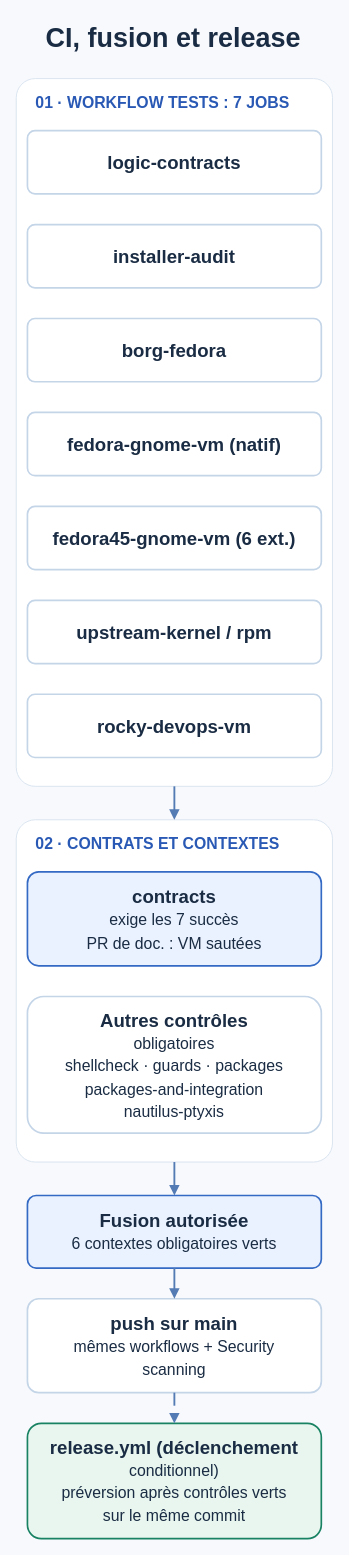
Before: docs/assets/diagrams/ci-fusion-release-mobile.drawio in mathiasseguincadiche/FEDORA_GNOME_CUSTOM, a draw.io diagram. Source tidied: cells renumbered, new cells numbered last; positions are measured from the earlier drawing's top-left corner, leaving out a move shared by most shapes. Both pictures are drawn from the tidied source at 93%, with x=0, y=0 at pixel (16, 16).
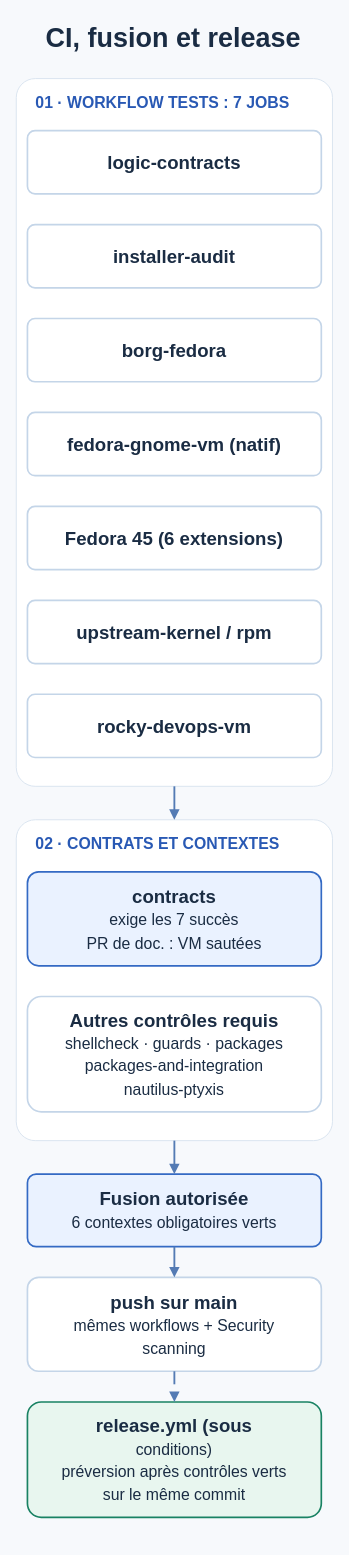
Above is the later version.

The change refers to these unchanged cells:
```xml
<mxCell id="3" value="01 · WORKFLOW TESTS : 7 JOBS" style="rounded=1;arcSize=6;whiteSpace=wrap;html=1;fillColor=#FFFFFF;strokeColor=#D9E3EF;fontColor=#2959B4;fontStyle=1;fontSize=17;fontFamily=Arial;verticalAlign=top;align=left;spacingLeft=19;spacingTop=10;" parent="1" vertex="1">
  <mxGeometry y="67" width="340" height="761" as="geometry" />
</mxCell>
```

The edit, as a diff of the source:
```diff
@@
     <mxCell id="4" value="02 · CONTRATS ET CONTEXTES" style="rounded=1;arcSize=6;whiteSpace=wrap;html=1;fillColor=#FFFFFF;strokeColor=#D9E3EF;fontColor=#2959B4;fontStyle=1;fontSize=17;fontFamily=Arial;verticalAlign=top;align=left;spacingLeft=19;spacingTop=10;" parent="1" vertex="1">
-      <mxGeometry y="864" width="340" height="368" as="geometry" />
+      <mxGeometry y="864" width="340" height="345" as="geometry" />
     </mxCell>
@@
-    <mxCell id="9" value="&lt;b&gt;fedora45-gnome-vm (6 ext.)&lt;/b&gt;" style="rounded=1;arcSize=12;whiteSpace=wrap;html=1;fillColor=#FFFFFF;strokeColor=#C4D5E8;strokeWidth=1.8;fontColor=#1A2C43;fontSize=20;fontFamily=Arial;" parent="1" vertex="1">
+    <mxCell id="9" value="&lt;b&gt;Fedora 45 (6 extensions)&lt;/b&gt;" style="rounded=1;arcSize=12;whiteSpace=wrap;html=1;fillColor=#FFFFFF;strokeColor=#C4D5E8;strokeWidth=1.8;fontColor=#1A2C43;fontSize=20;fontFamily=Arial;" parent="1" vertex="1">
       <mxGeometry x="12" y="527" width="316" height="68" as="geometry" />
     </mxCell>
@@
-    <mxCell id="13" value="&lt;b&gt;Autres contrôles&lt;/b&gt;&lt;br&gt;&lt;span style=&quot;font-size:17px&quot;&gt;obligatoires&lt;/span&gt;&lt;br&gt;&lt;span style=&quot;font-size:17px&quot;&gt;shellcheck · guards · packages&lt;/span&gt;&lt;br&gt;&lt;span style=&quot;font-size:17px&quot;&gt;packages-and-integration&lt;/span&gt;&lt;br&gt;&lt;span style=&quot;font-size:17px&quot;&gt;nautilus-ptyxis&lt;/span&gt;" style="rounded=1;arcSize=12;whiteSpace=wrap;html=1;fillColor=#FFFFFF;strokeColor=#C4D5E8;strokeWidth=1.8;fontColor=#1A2C43;fontSize=20;fontFamily=Arial;" parent="1" vertex="1">
-      <mxGeometry x="12" y="1054" width="316" height="147" as="geometry" />
+    <mxCell id="13" value="&lt;b&gt;Autres contrôles requis&lt;/b&gt;&lt;br&gt;&lt;span style=&quot;font-size:17px&quot;&gt;shellcheck · guards · packages&lt;/span&gt;&lt;br&gt;&lt;span style=&quot;font-size:17px&quot;&gt;packages-and-integration&lt;/span&gt;&lt;br&gt;&lt;span style=&quot;font-size:17px&quot;&gt;nautilus-ptyxis&lt;/span&gt;" style="rounded=1;arcSize=12;whiteSpace=wrap;html=1;fillColor=#FFFFFF;strokeColor=#C4D5E8;strokeWidth=1.8;fontColor=#1A2C43;fontSize=20;fontFamily=Arial;" parent="1" vertex="1">
+      <mxGeometry x="12" y="1054" width="316" height="124" as="geometry" />
     </mxCell>
     <mxCell id="14" value="&lt;b&gt;Fusion autorisée&lt;/b&gt;&lt;br&gt;&lt;span style=&quot;font-size:17px&quot;&gt;6 contextes obligatoires verts&lt;/span&gt;" style="rounded=1;arcSize=12;whiteSpace=wrap;html=1;fillColor=#EAF2FF;strokeColor=#346AC4;strokeWidth=1.8;fontColor=#1A2C43;fontSize=20;fontFamily=Arial;" parent="1" vertex="1">
-      <mxGeometry x="12" y="1268" width="316" height="78" as="geometry" />
+      <mxGeometry x="12" y="1245" width="316" height="78" as="geometry" />
     </mxCell>
     <mxCell id="15" value="&lt;b&gt;push sur main&lt;/b&gt;&lt;br&gt;&lt;span style=&quot;font-size:17px&quot;&gt;mêmes workflows + Security&lt;/span&gt;&lt;br&gt;&lt;span style=&quot;font-size:17px&quot;&gt;scanning&lt;/span&gt;" style="rounded=1;arcSize=12;whiteSpace=wrap;html=1;fillColor=#FFFFFF;strokeColor=#C4D5E8;strokeWidth=1.8;fontColor=#1A2C43;fontSize=20;fontFamily=Arial;" parent="1" vertex="1">
-      <mxGeometry x="12" y="1379" width="316" height="101" as="geometry" />
+      <mxGeometry x="12" y="1356" width="316" height="101" as="geometry" />
     </mxCell>
-    <mxCell id="16" value="&lt;b&gt;release.yml (déclenchement&lt;/b&gt;&lt;br&gt;&lt;span style=&quot;font-size:17px&quot;&gt;conditionnel)&lt;/span&gt;&lt;br&gt;&lt;span style=&quot;font-size:17px&quot;&gt;préversion après contrôles verts&lt;/span&gt;&lt;br&gt;&lt;span style=&quot;font-size:17px&quot;&gt;sur le même commit&lt;/span&gt;" style="rounded=1;arcSize=12;whiteSpace=wrap;html=1;fillColor=#E8F6EF;strokeColor=#198263;strokeWidth=1.8;fontColor=#1A2C43;fontSize=20;fontFamily=Arial;" parent="1" vertex="1">
-      <mxGeometry x="12" y="1513" width="316" height="124" as="geometry" />
+    <mxCell id="16" value="&lt;b&gt;release.yml (sous&lt;/b&gt;&lt;br&gt;&lt;span style=&quot;font-size:17px&quot;&gt;conditions)&lt;/span&gt;&lt;br&gt;&lt;span style=&quot;font-size:17px&quot;&gt;préversion après contrôles verts&lt;/span&gt;&lt;br&gt;&lt;span style=&quot;font-size:17px&quot;&gt;sur le même commit&lt;/span&gt;" style="rounded=1;arcSize=12;whiteSpace=wrap;html=1;fillColor=#E8F6EF;strokeColor=#198263;strokeWidth=1.8;fontColor=#1A2C43;fontSize=20;fontFamily=Arial;" parent="1" vertex="1">
+      <mxGeometry x="12" y="1490" width="316" height="124" as="geometry" />
     </mxCell>
-    <mxCell id="17" style="endArrow=block;endFill=1;html=1;strokeColor=#547BB4;strokeWidth=2;fontColor=#1A2C43;fontSize=12;fontStyle=2;fontFamily=Arial;labelBackgroundColor=#FFFFFF;exitX=0.5000;exitY=1.0000;exitDx=0;exitDy=0;entryX=0.5000;entryY=0.0000;entryDx=0;entryDy=0;" parent="1" edge="1" source="3" target="4">
+    <mxCell id="17" style="endArrow=block;endFill=1;html=1;strokeColor=#547BB4;strokeWidth=2;fontColor=#1A2C43;fontSize=16;fontStyle=2;fontFamily=Arial;labelBackgroundColor=#FFFFFF;exitX=0.5000;exitY=1.0000;exitDx=0;exitDy=0;entryX=0.5000;entryY=0.0000;entryDx=0;entryDy=0;" parent="1" edge="1" source="3" target="4">
       <mxGeometry relative="1" as="geometry" />
     </mxCell>
-    <mxCell id="18" style="endArrow=block;endFill=1;html=1;strokeColor=#547BB4;strokeWidth=2;fontColor=#1A2C43;fontSize=12;fontStyle=2;fontFamily=Arial;labelBackgroundColor=#FFFFFF;exitX=0.5000;exitY=1.0000;exitDx=0;exitDy=0;entryX=0.5000;entryY=0.0000;entryDx=0;entryDy=0;" parent="1" edge="1" source="4" target="14">
+    <mxCell id="18" style="endArrow=block;endFill=1;html=1;strokeColor=#547BB4;strokeWidth=2;fontColor=#1A2C43;fontSize=16;fontStyle=2;fontFamily=Arial;labelBackgroundColor=#FFFFFF;exitX=0.5000;exitY=1.0000;exitDx=0;exitDy=0;entryX=0.5000;entryY=0.0000;entryDx=0;entryDy=0;" parent="1" edge="1" source="4" target="14">
       <mxGeometry relative="1" as="geometry" />
     </mxCell>
-    <mxCell id="19" style="endArrow=block;endFill=1;html=1;strokeColor=#547BB4;strokeWidth=2;fontColor=#1A2C43;fontSize=12;fontStyle=2;fontFamily=Arial;labelBackgroundColor=#FFFFFF;exitX=0.5000;exitY=1.0000;exitDx=0;exitDy=0;entryX=0.5000;entryY=0.0000;entryDx=0;entryDy=0;" parent="1" edge="1" source="14" target="15">
+    <mxCell id="19" style="endArrow=block;endFill=1;html=1;strokeColor=#547BB4;strokeWidth=2;fontColor=#1A2C43;fontSize=16;fontStyle=2;fontFamily=Arial;labelBackgroundColor=#FFFFFF;exitX=0.5000;exitY=1.0000;exitDx=0;exitDy=0;entryX=0.5000;entryY=0.0000;entryDx=0;entryDy=0;" parent="1" edge="1" source="14" target="15">
       <mxGeometry relative="1" as="geometry" />
     </mxCell>
-    <mxCell id="20" style="endArrow=block;endFill=1;html=1;strokeColor=#547BB4;strokeWidth=2;fontColor=#1A2C43;fontSize=12;fontStyle=2;fontFamily=Arial;labelBackgroundColor=#FFFFFF;dashed=1;dashPattern=7 5;exitX=0.5000;exitY=1.0000;exitDx=0;exitDy=0;entryX=0.5000;entryY=0.0000;entryDx=0;entryDy=0;" parent="1" edge="1" source="15" target="16">
+    <mxCell id="20" style="endArrow=block;endFill=1;html=1;strokeColor=#547BB4;strokeWidth=2;fontColor=#1A2C43;fontSize=16;fontStyle=2;fontFamily=Arial;labelBackgroundColor=#FFFFFF;dashed=1;dashPattern=7 5;exitX=0.5000;exitY=1.0000;exitDx=0;exitDy=0;entryX=0.5000;entryY=0.0000;entryDx=0;entryDy=0;" parent="1" edge="1" source="15" target="16">
       <mxGeometry relative="1" as="geometry" />
     </mxCell>
```
